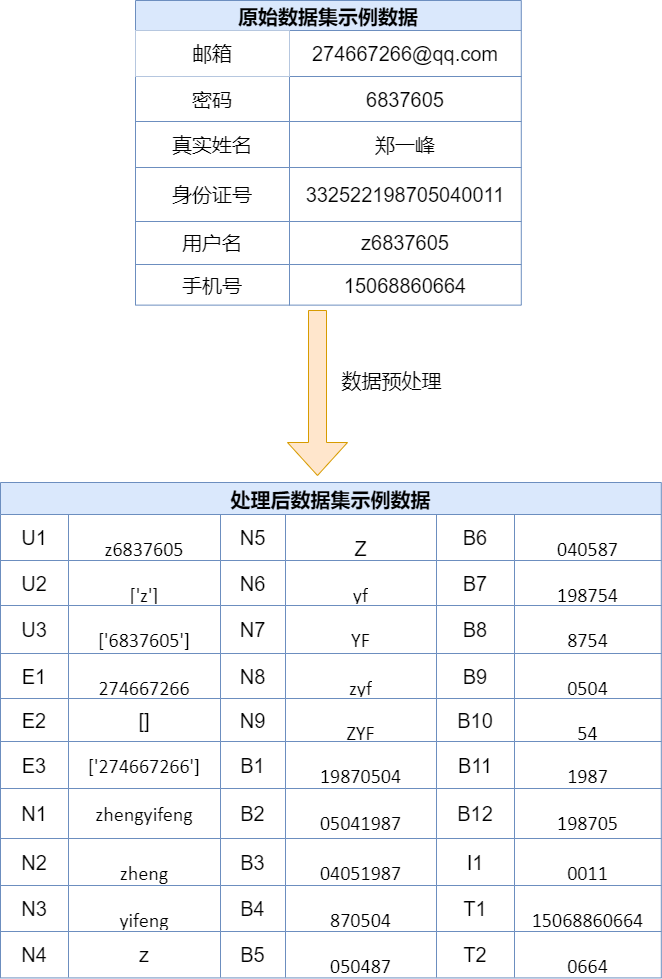
lakomi/pictures keeps this draw.io diagram as dataChange.drawio.png. Above is the earlier version. Source tidied: cells renumbered, new cells last; positions are measured from the earlier drawing's top-left corner, leaving out a move shared by most shapes.
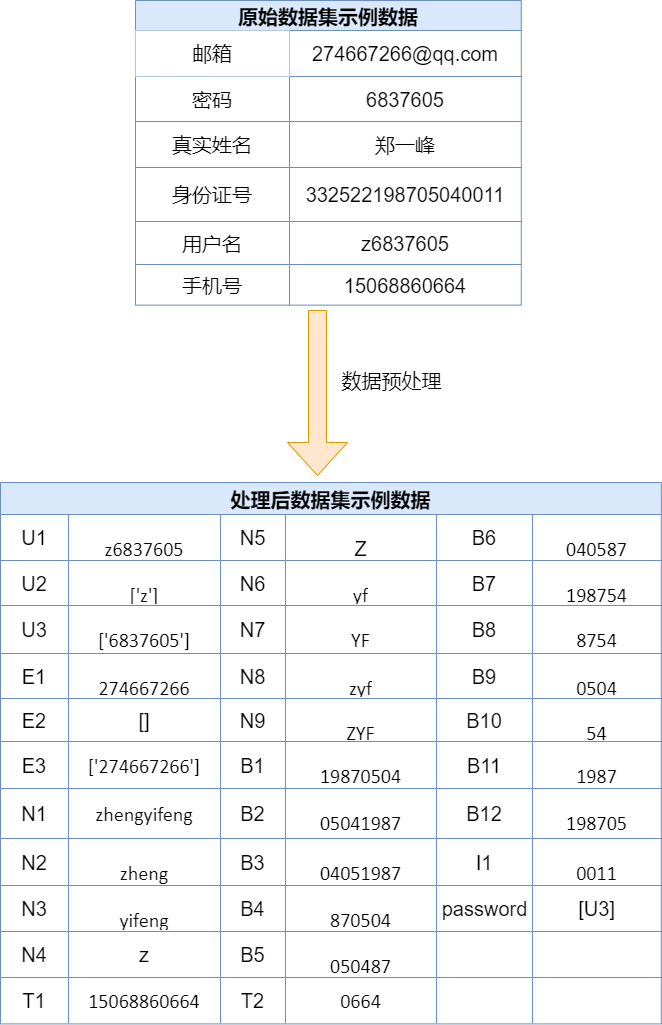
Later version of the same file.

What changed in the source:
```diff
@@ -60,7 +60,7 @@
       <mxGeometry x="154" width="232" height="41" as="geometry" />
     </mxCell>
     <mxCell id="21" value="处理后数据集示例数据" style="shape=table;startSize=32;fontStyle=1;align=center;fontSize=20;labelPosition=center;verticalLabelPosition=middle;verticalAlign=middle;horizontal=1;fillColor=#dae8fc;strokeColor=#6c8ebf;" parent="1" vertex="1">
-      <mxGeometry y="482" width="660.8" height="495.4" as="geometry" />
+      <mxGeometry y="482" width="660.8" height="541.4" as="geometry" />
     </mxCell>
     <mxCell id="22" style="shape=tableRow;horizontal=0;startSize=0;swimlaneHead=0;swimlaneBody=0;top=0;left=0;bottom=0;right=0;fillColor=none;fontSize=20;labelPosition=center;verticalLabelPosition=middle;align=center;verticalAlign=middle;" parent="21" vertex="1">
       <mxGeometry y="32" width="660.8" height="46" as="geometry" />
@@ -78,10 +78,10 @@
       <mxGeometry x="285" width="151" height="46" as="geometry" />
     </mxCell>
     <mxCell id="27" value="B6" style="shape=partialRectangle;html=1;whiteSpace=wrap;fillColor=none;top=0;left=0;bottom=0;right=0;overflow=hidden;fontSize=20;labelPosition=center;verticalLabelPosition=middle;align=center;verticalAlign=middle;" parent="22" vertex="1">
-      <mxGeometry x="436" width="78" height="46" as="geometry" />
+      <mxGeometry x="436" width="96" height="46" as="geometry" />
     </mxCell>
     <mxCell id="28" value="&lt;p class=&quot;MsoNormal&quot; style=&quot;font-size: 20px;&quot;&gt;&lt;span style=&quot;font-family: calibri; font-size: 20px;&quot;&gt;040587&lt;/span&gt;&lt;/p&gt;" style="shape=partialRectangle;html=1;whiteSpace=wrap;fillColor=none;top=0;left=0;bottom=0;right=0;overflow=hidden;fontSize=20;labelPosition=center;verticalLabelPosition=middle;align=center;verticalAlign=middle;" parent="22" vertex="1">
-      <mxGeometry x="514" width="147" height="46" as="geometry" />
+      <mxGeometry x="532" width="129" height="46" as="geometry" />
     </mxCell>
     <mxCell id="29" style="shape=tableRow;horizontal=0;startSize=0;swimlaneHead=0;swimlaneBody=0;top=0;left=0;bottom=0;right=0;fillColor=none;fontSize=20;labelPosition=center;verticalLabelPosition=middle;align=center;verticalAlign=middle;" parent="21" vertex="1">
       <mxGeometry y="78" width="660.8" height="45" as="geometry" />
@@ -99,10 +99,10 @@
       <mxGeometry x="285" width="151" height="45" as="geometry" />
     </mxCell>
     <mxCell id="34" value="B7" style="shape=partialRectangle;html=1;whiteSpace=wrap;fillColor=none;top=0;left=0;bottom=0;right=0;overflow=hidden;fontSize=20;labelPosition=center;verticalLabelPosition=middle;align=center;verticalAlign=middle;" parent="29" vertex="1">
-      <mxGeometry x="436" width="78" height="45" as="geometry" />
+      <mxGeometry x="436" width="96" height="45" as="geometry" />
     </mxCell>
     <mxCell id="35" value="&lt;p class=&quot;MsoNormal&quot; style=&quot;font-size: 20px;&quot;&gt;&lt;span style=&quot;font-family: calibri; font-size: 20px;&quot;&gt;198754&lt;/span&gt;&lt;/p&gt;" style="shape=partialRectangle;html=1;whiteSpace=wrap;fillColor=none;top=0;left=0;bottom=0;right=0;overflow=hidden;fontSize=20;labelPosition=center;verticalLabelPosition=middle;align=center;verticalAlign=middle;" parent="29" vertex="1">
-      <mxGeometry x="514" width="147" height="45" as="geometry" />
+      <mxGeometry x="532" width="129" height="45" as="geometry" />
     </mxCell>
     <mxCell id="36" style="shape=tableRow;horizontal=0;startSize=0;swimlaneHead=0;swimlaneBody=0;top=0;left=0;bottom=0;right=0;fillColor=none;fontSize=20;labelPosition=center;verticalLabelPosition=middle;align=center;verticalAlign=middle;" parent="21" vertex="1">
       <mxGeometry y="123" width="660.8" height="48" as="geometry" />
@@ -120,10 +120,10 @@
       <mxGeometry x="285" width="151" height="48" as="geometry" />
     </mxCell>
     <mxCell id="41" value="B8" style="shape=partialRectangle;html=1;whiteSpace=wrap;fillColor=none;top=0;left=0;bottom=0;right=0;overflow=hidden;fontSize=20;labelPosition=center;verticalLabelPosition=middle;align=center;verticalAlign=middle;" parent="36" vertex="1">
-      <mxGeometry x="436" width="78" height="48" as="geometry" />
+      <mxGeometry x="436" width="96" height="48" as="geometry" />
     </mxCell>
     <mxCell id="42" value="&lt;p class=&quot;MsoNormal&quot; style=&quot;font-size: 20px;&quot;&gt;&lt;span style=&quot;font-family: calibri; font-size: 20px;&quot;&gt;8754&lt;/span&gt;&lt;/p&gt;" style="shape=partialRectangle;html=1;whiteSpace=wrap;fillColor=none;top=0;left=0;bottom=0;right=0;overflow=hidden;fontSize=20;labelPosition=center;verticalLabelPosition=middle;align=center;verticalAlign=middle;" parent="36" vertex="1">
-      <mxGeometry x="514" width="147" height="48" as="geometry" />
+      <mxGeometry x="532" width="129" height="48" as="geometry" />
     </mxCell>
     <mxCell id="43" style="shape=tableRow;horizontal=0;startSize=0;swimlaneHead=0;swimlaneBody=0;top=0;left=0;bottom=0;right=0;fillColor=none;fontSize=20;labelPosition=center;verticalLabelPosition=middle;align=center;verticalAlign=middle;" parent="21" vertex="1">
       <mxGeometry y="171" width="660.8" height="45" as="geometry" />
@@ -141,10 +141,10 @@
       <mxGeometry x="285" width="151" height="45" as="geometry" />
     </mxCell>
     <mxCell id="48" value="B9" style="shape=partialRectangle;html=1;whiteSpace=wrap;fillColor=none;top=0;left=0;bottom=0;right=0;overflow=hidden;fontSize=20;labelPosition=center;verticalLabelPosition=middle;align=center;verticalAlign=middle;" parent="43" vertex="1">
-      <mxGeometry x="436" width="78" height="45" as="geometry" />
+      <mxGeometry x="436" width="96" height="45" as="geometry" />
     </mxCell>
     <mxCell id="49" value="&lt;p class=&quot;MsoNormal&quot; style=&quot;font-size: 20px;&quot;&gt;&lt;span style=&quot;font-family: calibri; font-size: 20px;&quot;&gt;0504&lt;/span&gt;&lt;/p&gt;" style="shape=partialRectangle;html=1;whiteSpace=wrap;fillColor=none;top=0;left=0;bottom=0;right=0;overflow=hidden;fontSize=20;labelPosition=center;verticalLabelPosition=middle;align=center;verticalAlign=middle;" parent="43" vertex="1">
-      <mxGeometry x="514" width="147" height="45" as="geometry" />
+      <mxGeometry x="532" width="129" height="45" as="geometry" />
     </mxCell>
     <mxCell id="50" style="shape=tableRow;horizontal=0;startSize=0;swimlaneHead=0;swimlaneBody=0;top=0;left=0;bottom=0;right=0;fillColor=none;fontSize=20;labelPosition=center;verticalLabelPosition=middle;align=center;verticalAlign=middle;" parent="21" vertex="1">
       <mxGeometry y="216" width="660.8" height="43" as="geometry" />
@@ -162,10 +162,10 @@
       <mxGeometry x="285" width="151" height="43" as="geometry" />
     </mxCell>
     <mxCell id="55" value="B10" style="shape=partialRectangle;html=1;whiteSpace=wrap;fillColor=none;top=0;left=0;bottom=0;right=0;overflow=hidden;fontSize=20;labelPosition=center;verticalLabelPosition=middle;align=center;verticalAlign=middle;" parent="50" vertex="1">
-      <mxGeometry x="436" width="78" height="43" as="geometry" />
+      <mxGeometry x="436" width="96" height="43" as="geometry" />
     </mxCell>
     <mxCell id="56" value="&lt;p class=&quot;MsoNormal&quot; style=&quot;font-size: 20px;&quot;&gt;&lt;span style=&quot;font-family: calibri; font-size: 20px;&quot;&gt;54&lt;/span&gt;&lt;/p&gt;" style="shape=partialRectangle;html=1;whiteSpace=wrap;fillColor=none;top=0;left=0;bottom=0;right=0;overflow=hidden;fontSize=20;labelPosition=center;verticalLabelPosition=middle;align=center;verticalAlign=middle;" parent="50" vertex="1">
-      <mxGeometry x="514" width="147" height="43" as="geometry" />
+      <mxGeometry x="532" width="129" height="43" as="geometry" />
     </mxCell>
     <mxCell id="57" style="shape=tableRow;horizontal=0;startSize=0;swimlaneHead=0;swimlaneBody=0;top=0;left=0;bottom=0;right=0;fillColor=none;fontSize=20;labelPosition=center;verticalLabelPosition=middle;align=center;verticalAlign=middle;" parent="21" vertex="1">
       <mxGeometry y="259" width="660.8" height="47" as="geometry" />
@@ -183,10 +183,10 @@
       <mxGeometry x="285" width="151" height="47" as="geometry" />
     </mxCell>
     <mxCell id="62" value="B11" style="shape=partialRectangle;html=1;whiteSpace=wrap;fillColor=none;top=0;left=0;bottom=0;right=0;overflow=hidden;fontSize=20;labelPosition=center;verticalLabelPosition=middle;align=center;verticalAlign=middle;" parent="57" vertex="1">
-      <mxGeometry x="436" width="78" height="47" as="geometry" />
+      <mxGeometry x="436" width="96" height="47" as="geometry" />
     </mxCell>
     <mxCell id="63" value="&lt;p class=&quot;MsoNormal&quot; style=&quot;font-size: 20px;&quot;&gt;&lt;span style=&quot;font-family: calibri; font-size: 20px;&quot;&gt;1987&lt;/span&gt;&lt;/p&gt;" style="shape=partialRectangle;html=1;whiteSpace=wrap;fillColor=none;top=0;left=0;bottom=0;right=0;overflow=hidden;fontSize=20;labelPosition=center;verticalLabelPosition=middle;align=center;verticalAlign=middle;" parent="57" vertex="1">
-      <mxGeometry x="514" width="147" height="47" as="geometry" />
+      <mxGeometry x="532" width="129" height="47" as="geometry" />
     </mxCell>
     <mxCell id="64" style="shape=tableRow;horizontal=0;startSize=0;swimlaneHead=0;swimlaneBody=0;top=0;left=0;bottom=0;right=0;fillColor=none;fontSize=20;labelPosition=center;verticalLabelPosition=middle;align=center;verticalAlign=middle;" parent="21" vertex="1">
       <mxGeometry y="306" width="660.8" height="50" as="geometry" />
@@ -204,10 +204,10 @@
       <mxGeometry x="285" width="151" height="50" as="geometry" />
     </mxCell>
     <mxCell id="69" value="B12" style="shape=partialRectangle;html=1;whiteSpace=wrap;fillColor=none;top=0;left=0;bottom=0;right=0;overflow=hidden;fontSize=20;labelPosition=center;verticalLabelPosition=middle;align=center;verticalAlign=middle;" parent="64" vertex="1">
-      <mxGeometry x="436" width="78" height="50" as="geometry" />
+      <mxGeometry x="436" width="96" height="50" as="geometry" />
     </mxCell>
     <mxCell id="70" value="&lt;p class=&quot;MsoNormal&quot; style=&quot;font-size: 20px;&quot;&gt;&lt;span style=&quot;font-family: calibri; font-size: 20px;&quot;&gt;198705&lt;/span&gt;&lt;/p&gt;" style="shape=partialRectangle;html=1;whiteSpace=wrap;fillColor=none;top=0;left=0;bottom=0;right=0;overflow=hidden;fontSize=20;labelPosition=center;verticalLabelPosition=middle;align=center;verticalAlign=middle;" parent="64" vertex="1">
-      <mxGeometry x="514" width="147" height="50" as="geometry" />
+      <mxGeometry x="532" width="129" height="50" as="geometry" />
     </mxCell>
     <mxCell id="71" style="shape=tableRow;horizontal=0;startSize=0;swimlaneHead=0;swimlaneBody=0;top=0;left=0;bottom=0;right=0;fillColor=none;fontSize=20;labelPosition=center;verticalLabelPosition=middle;align=center;verticalAlign=middle;" parent="21" vertex="1">
       <mxGeometry y="356" width="660.8" height="47" as="geometry" />
@@ -225,10 +225,10 @@
       <mxGeometry x="285" width="151" height="47" as="geometry" />
     </mxCell>
     <mxCell id="76" value="I1" style="shape=partialRectangle;html=1;whiteSpace=wrap;fillColor=none;top=0;left=0;bottom=0;right=0;overflow=hidden;fontSize=20;labelPosition=center;verticalLabelPosition=middle;align=center;verticalAlign=middle;" parent="71" vertex="1">
-      <mxGeometry x="436" width="78" height="47" as="geometry" />
+      <mxGeometry x="436" width="96" height="47" as="geometry" />
     </mxCell>
     <mxCell id="77" value="&lt;p class=&quot;MsoNormal&quot; style=&quot;font-size: 20px;&quot;&gt;&lt;span style=&quot;font-family: calibri; font-size: 20px;&quot;&gt;0011&lt;/span&gt;&lt;/p&gt;" style="shape=partialRectangle;html=1;whiteSpace=wrap;fillColor=none;top=0;left=0;bottom=0;right=0;overflow=hidden;fontSize=20;labelPosition=center;verticalLabelPosition=middle;align=center;verticalAlign=middle;" parent="71" vertex="1">
-      <mxGeometry x="514" width="147" height="47" as="geometry" />
+      <mxGeometry x="532" width="129" height="47" as="geometry" />
     </mxCell>
     <mxCell id="78" style="shape=tableRow;horizontal=0;startSize=0;swimlaneHead=0;swimlaneBody=0;top=0;left=0;bottom=0;right=0;fillColor=none;fontSize=20;labelPosition=center;verticalLabelPosition=middle;align=center;verticalAlign=middle;" parent="21" vertex="1">
       <mxGeometry y="403" width="660.8" height="46" as="geometry" />
@@ -245,11 +245,11 @@
     <mxCell id="82" value="&lt;p class=&quot;MsoNormal&quot; style=&quot;font-size: 20px;&quot;&gt;&lt;span style=&quot;font-family: calibri; font-size: 20px;&quot;&gt;870504&lt;/span&gt;&lt;/p&gt;" style="shape=partialRectangle;html=1;whiteSpace=wrap;fillColor=none;top=0;left=0;bottom=0;right=0;overflow=hidden;fontSize=20;labelPosition=center;verticalLabelPosition=middle;align=center;verticalAlign=middle;" parent="78" vertex="1">
       <mxGeometry x="285" width="151" height="46" as="geometry" />
     </mxCell>
-    <mxCell id="83" value="T1" style="shape=partialRectangle;html=1;whiteSpace=wrap;fillColor=none;top=0;left=0;bottom=0;right=0;overflow=hidden;fontSize=20;labelPosition=center;verticalLabelPosition=middle;align=center;verticalAlign=middle;" parent="78" vertex="1">
-      <mxGeometry x="436" width="78" height="46" as="geometry" />
+    <mxCell id="83" style="shape=partialRectangle;html=1;whiteSpace=wrap;fillColor=none;top=0;left=0;bottom=0;right=0;overflow=hidden;fontSize=20;labelPosition=center;verticalLabelPosition=middle;align=center;verticalAlign=middle;" parent="78" vertex="1">
+      <mxGeometry x="436" width="96" height="46" as="geometry" />
     </mxCell>
-    <mxCell id="84" value="&lt;p class=&quot;MsoNormal&quot; style=&quot;font-size: 20px;&quot;&gt;&lt;span style=&quot;font-family: calibri; font-size: 20px;&quot;&gt;15068860664&lt;/span&gt;&lt;/p&gt;" style="shape=partialRectangle;html=1;whiteSpace=wrap;fillColor=none;top=0;left=0;bottom=0;right=0;overflow=hidden;fontSize=20;labelPosition=center;verticalLabelPosition=middle;align=center;verticalAlign=middle;" parent="78" vertex="1">
-      <mxGeometry x="514" width="147" height="46" as="geometry" />
+    <mxCell id="84" value="[U3]" style="shape=partialRectangle;html=1;whiteSpace=wrap;fillColor=none;top=0;left=0;bottom=0;right=0;overflow=hidden;fontSize=20;labelPosition=center;verticalLabelPosition=middle;align=center;verticalAlign=middle;" parent="78" vertex="1">
+      <mxGeometry x="532" width="129" height="46" as="geometry" />
     </mxCell>
     <mxCell id="85" style="shape=tableRow;horizontal=0;startSize=0;swimlaneHead=0;swimlaneBody=0;top=0;left=0;bottom=0;right=0;fillColor=none;fontSize=20;labelPosition=center;verticalLabelPosition=middle;align=center;verticalAlign=middle;" parent="21" vertex="1">
       <mxGeometry y="449" width="660.8" height="46" as="geometry" />
@@ -266,17 +266,41 @@
     <mxCell id="89" value="&lt;p class=&quot;MsoNormal&quot; style=&quot;font-size: 20px;&quot;&gt;&lt;span style=&quot;font-family: calibri; font-size: 20px;&quot;&gt;050487&lt;/span&gt;&lt;/p&gt;" style="shape=partialRectangle;html=1;whiteSpace=wrap;fillColor=none;top=0;left=0;bottom=0;right=0;overflow=hidden;fontSize=20;labelPosition=center;verticalLabelPosition=middle;align=center;verticalAlign=middle;" parent="85" vertex="1">
       <mxGeometry x="285" width="151" height="46" as="geometry" />
     </mxCell>
-    <mxCell id="90" value="T2" style="shape=partialRectangle;html=1;whiteSpace=wrap;fillColor=none;top=0;left=0;bottom=0;right=0;overflow=hidden;fontSize=20;labelPosition=center;verticalLabelPosition=middle;align=center;verticalAlign=middle;" parent="85" vertex="1">
-      <mxGeometry x="436" width="78" height="46" as="geometry" />
+    <mxCell id="90" style="shape=partialRectangle;html=1;whiteSpace=wrap;fillColor=none;top=0;left=0;bottom=0;right=0;overflow=hidden;fontSize=20;labelPosition=center;verticalLabelPosition=middle;align=center;verticalAlign=middle;" parent="85" vertex="1">
+      <mxGeometry x="436" width="96" height="46" as="geometry" />
     </mxCell>
-    <mxCell id="91" value="&lt;p class=&quot;MsoNormal&quot; style=&quot;font-size: 20px;&quot;&gt;&lt;span style=&quot;font-family: calibri; font-size: 20px;&quot;&gt;0664&lt;/span&gt;&lt;/p&gt;" style="shape=partialRectangle;html=1;whiteSpace=wrap;fillColor=none;top=0;left=0;bottom=0;right=0;overflow=hidden;fontSize=20;labelPosition=center;verticalLabelPosition=middle;align=center;verticalAlign=middle;" parent="85" vertex="1">
-      <mxGeometry x="514" width="147" height="46" as="geometry" />
+    <mxCell id="91" value="&lt;p class=&quot;MsoNormal&quot; style=&quot;font-size: 20px&quot;&gt;&lt;br&gt;&lt;/p&gt;" style="shape=partialRectangle;html=1;whiteSpace=wrap;fillColor=none;top=0;left=0;bottom=0;right=0;overflow=hidden;fontSize=20;labelPosition=center;verticalLabelPosition=middle;align=center;verticalAlign=middle;" parent="85" vertex="1">
+      <mxGeometry x="532" width="129" height="46" as="geometry" />
     </mxCell>
+    <mxCell id="94" style="shape=tableRow;horizontal=0;startSize=0;swimlaneHead=0;swimlaneBody=0;top=0;left=0;bottom=0;right=0;fillColor=none;fontSize=20;labelPosition=center;verticalLabelPosition=middle;align=center;verticalAlign=middle;" parent="21" vertex="1">
+      <mxGeometry y="495" width="660.8" height="46" as="geometry" />
+    </mxCell>
+    <mxCell id="95" value="&lt;span&gt;T1&lt;/span&gt;" style="shape=partialRectangle;html=1;whiteSpace=wrap;fillColor=none;top=0;left=0;bottom=0;right=0;overflow=hidden;fontSize=20;labelPosition=center;verticalLabelPosition=middle;align=center;verticalAlign=middle;" parent="94" vertex="1">
+      <mxGeometry width="68" height="46" as="geometry" />
+    </mxCell>
+    <mxCell id="96" value="&lt;span style=&quot;font-family: &amp;#34;calibri&amp;#34;&quot;&gt;15068860664&lt;/span&gt;" style="shape=partialRectangle;html=1;whiteSpace=wrap;fillColor=none;top=0;left=0;bottom=0;right=0;overflow=hidden;fontSize=20;labelPosition=center;verticalLabelPosition=middle;align=center;verticalAlign=middle;" parent="94" vertex="1">
+      <mxGeometry x="68" width="152" height="46" as="geometry" />
+    </mxCell>
+    <mxCell id="97" value="&lt;span&gt;T2&lt;/span&gt;" style="shape=partialRectangle;html=1;whiteSpace=wrap;fillColor=none;top=0;left=0;bottom=0;right=0;overflow=hidden;fontSize=20;labelPosition=center;verticalLabelPosition=middle;align=center;verticalAlign=middle;" parent="94" vertex="1">
+      <mxGeometry x="220" width="65" height="46" as="geometry" />
+    </mxCell>
+    <mxCell id="98" value="&lt;span style=&quot;font-family: &amp;#34;calibri&amp;#34;&quot;&gt;0664&lt;/span&gt;" style="shape=partialRectangle;html=1;whiteSpace=wrap;fillColor=none;top=0;left=0;bottom=0;right=0;overflow=hidden;fontSize=20;labelPosition=center;verticalLabelPosition=middle;align=center;verticalAlign=middle;" parent="94" vertex="1">
+      <mxGeometry x="285" width="151" height="46" as="geometry" />
+    </mxCell>
+    <mxCell id="99" style="shape=partialRectangle;html=1;whiteSpace=wrap;fillColor=none;top=0;left=0;bottom=0;right=0;overflow=hidden;fontSize=20;labelPosition=center;verticalLabelPosition=middle;align=center;verticalAlign=middle;" parent="94" vertex="1">
+      <mxGeometry x="436" width="96" height="46" as="geometry" />
+    </mxCell>
+    <mxCell id="100" style="shape=partialRectangle;html=1;whiteSpace=wrap;fillColor=none;top=0;left=0;bottom=0;right=0;overflow=hidden;fontSize=20;labelPosition=center;verticalLabelPosition=middle;align=center;verticalAlign=middle;" parent="94" vertex="1">
+      <mxGeometry x="532" width="129" height="46" as="geometry" />
+    </mxCell>
     <mxCell id="92" style="shape=singleArrow;direction=south;whiteSpace=wrap;html=1;fontSize=20;fillColor=#ffe6cc;strokeColor=#d79b00;" parent="1" vertex="1">
       <mxGeometry x="287" y="310" width="60" height="165" as="geometry" />
     </mxCell>
     <mxCell id="93" value="数据预处理" style="text;html=1;align=center;verticalAlign=middle;strokeColor=none;fillColor=none;fontSize=20;" parent="1" vertex="1">
       <mxGeometry x="336" y="366" width="110" height="28" as="geometry" />
     </mxCell>
+    <mxCell id="101" value="password" style="shape=partialRectangle;html=1;whiteSpace=wrap;fillColor=none;top=0;left=0;bottom=0;right=0;overflow=hidden;fontSize=20;labelPosition=center;verticalLabelPosition=middle;align=center;verticalAlign=middle;" parent="1" vertex="1">
+      <mxGeometry x="436" y="885" width="97" height="46" as="geometry" />
+    </mxCell>
   </root>
 </mxGraphModel>
```
